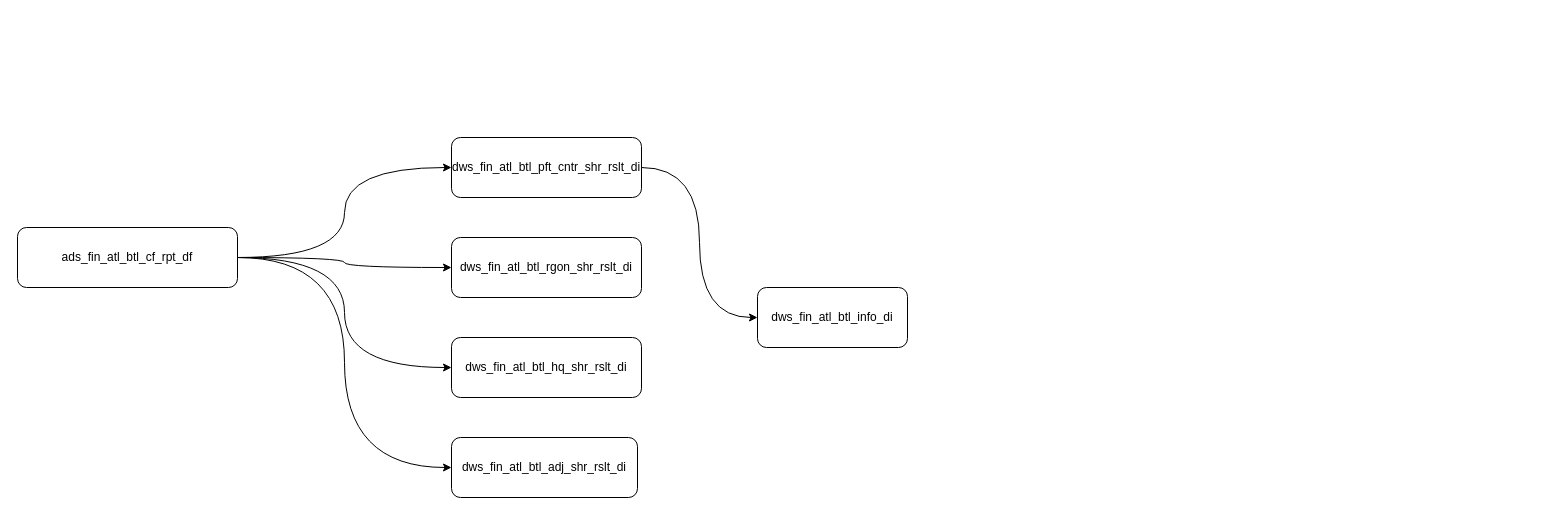
This is ads_fin_atl_btl_dtl_rpt_df.drawio from fsJerryChan/fsJerryChan, a draw.io file, before an edit. Source tidied: cells renumbered, new cells numbered last; positions are measured from the earlier drawing's top-left corner, leaving out a move shared by most shapes. Both pictures are drawn from the tidied source at 100%, with x=0, y=0 at pixel (17, 137).
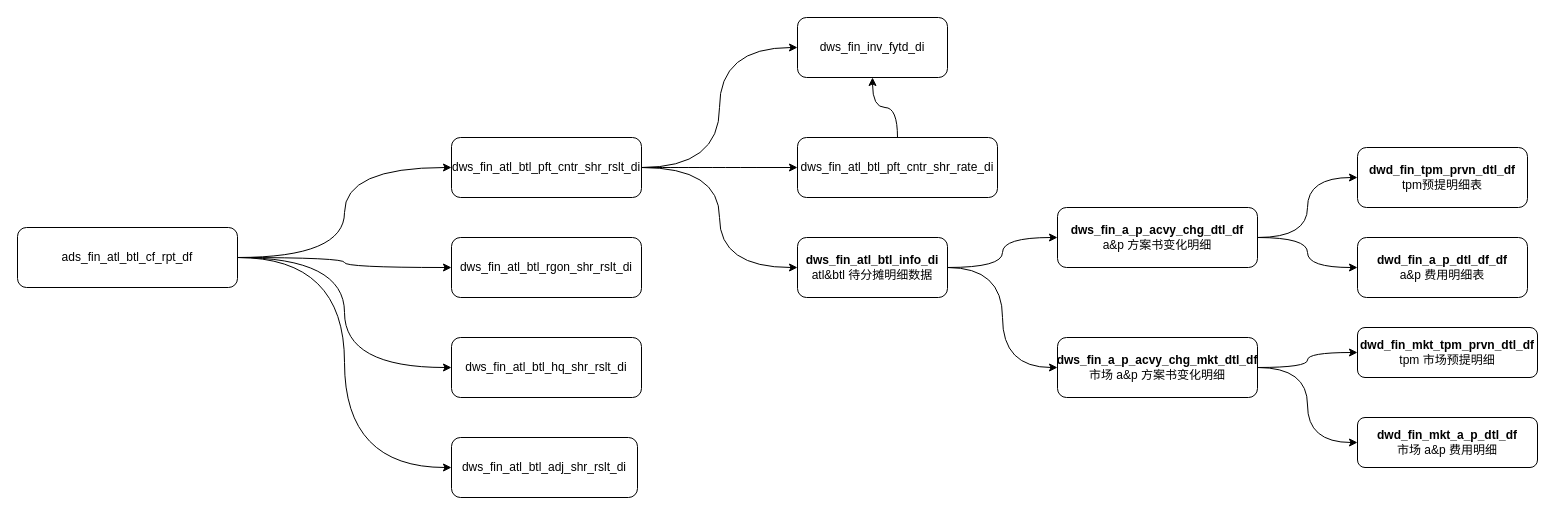
The same page after the edit.

The change refers to these unchanged cells:
```xml
<mxCell id="9" value="dws_fin_atl_btl_pft_cntr_shr_rslt_di" style="rounded=1;html=1;whiteSpace=wrap;" parent="1" vertex="1">
  <mxGeometry x="434" width="190" height="60" as="geometry" />
</mxCell>
```

Change to the diagram source:
```diff
@@
+    <mxCell id="13" style="edgeStyle=orthogonalEdgeStyle;rounded=0;jettySize=auto;html=1;entryX=0;entryY=0.5;entryDx=0;entryDy=0;curved=1;" parent="1" edge="1" source="9" target="29">
+      <mxGeometry relative="1" as="geometry" />
+    </mxCell>
+    <mxCell id="14" style="edgeStyle=orthogonalEdgeStyle;rounded=0;jettySize=auto;html=1;entryX=0;entryY=0.5;entryDx=0;entryDy=0;curved=1;" parent="1" edge="1" source="9" target="28">
+      <mxGeometry relative="1" as="geometry" />
+    </mxCell>
@@
+    <mxCell id="15" style="edgeStyle=orthogonalEdgeStyle;rounded=0;jettySize=auto;html=1;entryX=0;entryY=0.5;entryDx=0;entryDy=0;curved=1;" parent="1" edge="1" source="12" target="19">
+      <mxGeometry relative="1" as="geometry" />
+    </mxCell>
+    <mxCell id="16" style="edgeStyle=orthogonalEdgeStyle;rounded=0;jettySize=auto;html=1;entryX=0;entryY=0.5;entryDx=0;entryDy=0;curved=1;" parent="1" edge="1" source="12" target="22">
+      <mxGeometry relative="1" as="geometry" />
+    </mxCell>
-    <mxCell id="12" value="dws_fin_atl_btl_info_di" style="rounded=1;whiteSpace=wrap;html=1;" parent="1" vertex="1">
-      <mxGeometry x="740" y="150" width="150" height="60" as="geometry" />
+    <mxCell id="12" value="&lt;b&gt;dws_fin_atl_btl_info_di&lt;/b&gt;&lt;div&gt;atl&amp;amp;btl 待分摊明细数据&lt;/div&gt;" style="rounded=1;whiteSpace=wrap;html=1;" parent="1" vertex="1">
+      <mxGeometry x="780" y="100" width="150" height="60" as="geometry" />
     </mxCell>
+    <mxCell id="17" style="edgeStyle=orthogonalEdgeStyle;rounded=0;jettySize=auto;html=1;curved=1;" parent="1" edge="1" source="19" target="23">
+      <mxGeometry relative="1" as="geometry" />
+    </mxCell>
+    <mxCell id="18" style="edgeStyle=orthogonalEdgeStyle;rounded=0;jettySize=auto;html=1;entryX=0;entryY=0.5;entryDx=0;entryDy=0;curved=1;" parent="1" edge="1" source="19" target="24">
+      <mxGeometry relative="1" as="geometry" />
+    </mxCell>
+    <mxCell id="19" value="&lt;b&gt;dws_fin_a_p_acvy_chg_dtl_df&lt;/b&gt;&lt;div&gt;a&amp;amp;p 方案书变化明细&lt;/div&gt;" style="rounded=1;whiteSpace=wrap;html=1;" parent="1" vertex="1">
+      <mxGeometry x="1040" y="70" width="200" height="60" as="geometry" />
+    </mxCell>
+    <mxCell id="20" style="edgeStyle=orthogonalEdgeStyle;rounded=0;jettySize=auto;html=1;entryX=0;entryY=0.5;entryDx=0;entryDy=0;curved=1;" parent="1" edge="1" source="22" target="25">
+      <mxGeometry relative="1" as="geometry" />
+    </mxCell>
+    <mxCell id="21" style="edgeStyle=orthogonalEdgeStyle;rounded=0;jettySize=auto;html=1;entryX=0;entryY=0.5;entryDx=0;entryDy=0;curved=1;" parent="1" edge="1" source="22" target="26">
+      <mxGeometry relative="1" as="geometry" />
+    </mxCell>
+    <mxCell id="22" value="&lt;b&gt;dws_fin_a_p_acvy_chg_mkt_dtl_df&lt;/b&gt;&lt;div&gt;市场 a&amp;amp;p 方案书变化明细&lt;/div&gt;" style="rounded=1;whiteSpace=wrap;html=1;" parent="1" vertex="1">
+      <mxGeometry x="1040" y="200" width="200" height="60" as="geometry" />
+    </mxCell>
+    <mxCell id="23" value="&lt;b&gt;dwd_fin_tpm_prvn_dtl_df&lt;/b&gt;&lt;br&gt;tpm预提明细表" style="rounded=1;whiteSpace=wrap;html=1;" parent="1" vertex="1">
+      <mxGeometry x="1340" y="10" width="170" height="60" as="geometry" />
+    </mxCell>
+    <mxCell id="24" value="&lt;b&gt;dwd_fin_a_p_dtl_df_df&lt;/b&gt;&lt;br&gt;a&amp;amp;p 费用明细表" style="rounded=1;whiteSpace=wrap;html=1;" parent="1" vertex="1">
+      <mxGeometry x="1340" y="100" width="170" height="60" as="geometry" />
+    </mxCell>
+    <mxCell id="25" value="&lt;b&gt;dwd_fin_mkt_tpm_prvn_dtl_df&lt;/b&gt;&lt;br&gt;tpm 市场预提明细" style="rounded=1;whiteSpace=wrap;html=1;" parent="1" vertex="1">
+      <mxGeometry x="1340" y="190" width="180" height="50" as="geometry" />
+    </mxCell>
+    <mxCell id="26" value="&lt;b&gt;dwd_fin_mkt_a_p_dtl_df&lt;/b&gt;&lt;br&gt;&lt;div&gt;市场 a&amp;amp;p 费用明细&lt;/div&gt;" style="rounded=1;whiteSpace=wrap;html=1;" parent="1" vertex="1">
+      <mxGeometry x="1340" y="280" width="180" height="50" as="geometry" />
+    </mxCell>
+    <mxCell id="27" style="edgeStyle=orthogonalEdgeStyle;rounded=0;jettySize=auto;html=1;curved=1;" parent="1" edge="1" source="28" target="29">
+      <mxGeometry relative="1" as="geometry" />
+    </mxCell>
+    <mxCell id="28" value="dws_fin_atl_btl_pft_cntr_shr_rate_di" style="rounded=1;html=1;whiteSpace=wrap;" parent="1" vertex="1">
+      <mxGeometry x="780" width="200" height="60" as="geometry" />
+    </mxCell>
+    <mxCell id="29" value="dws_fin_inv_fytd_di" style="rounded=1;whiteSpace=wrap;html=1;" parent="1" vertex="1">
+      <mxGeometry x="780" y="-120" width="150" height="60" as="geometry" />
+    </mxCell>
```
